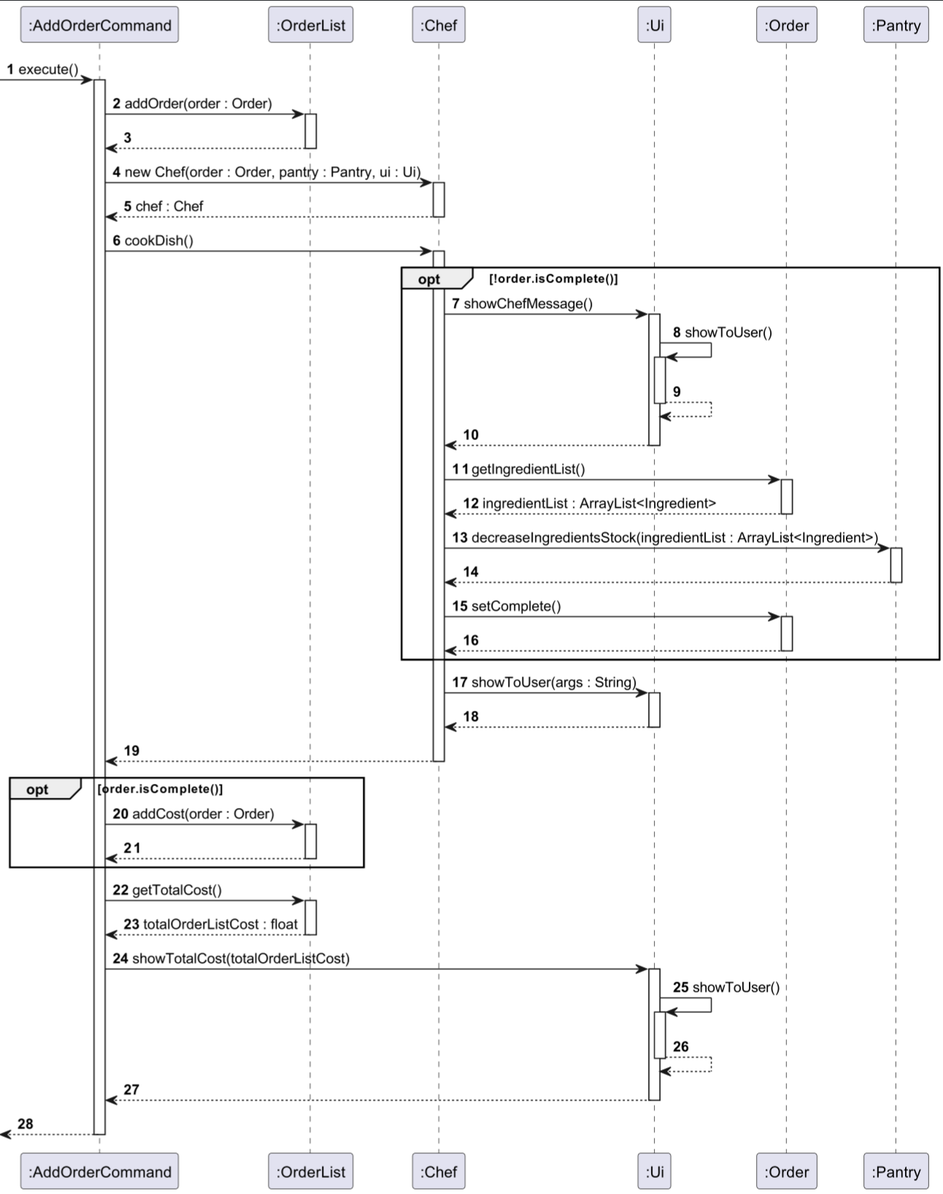
nus-cs2113-AY2324S1/tp keeps this PlantUML diagram as docs/images/sequence/AddOrderCommand_execute.png. Above is the earlier version. Its source is kept beside it as docs/diagrams/sequence/AddOrderCommand_execute.puml.
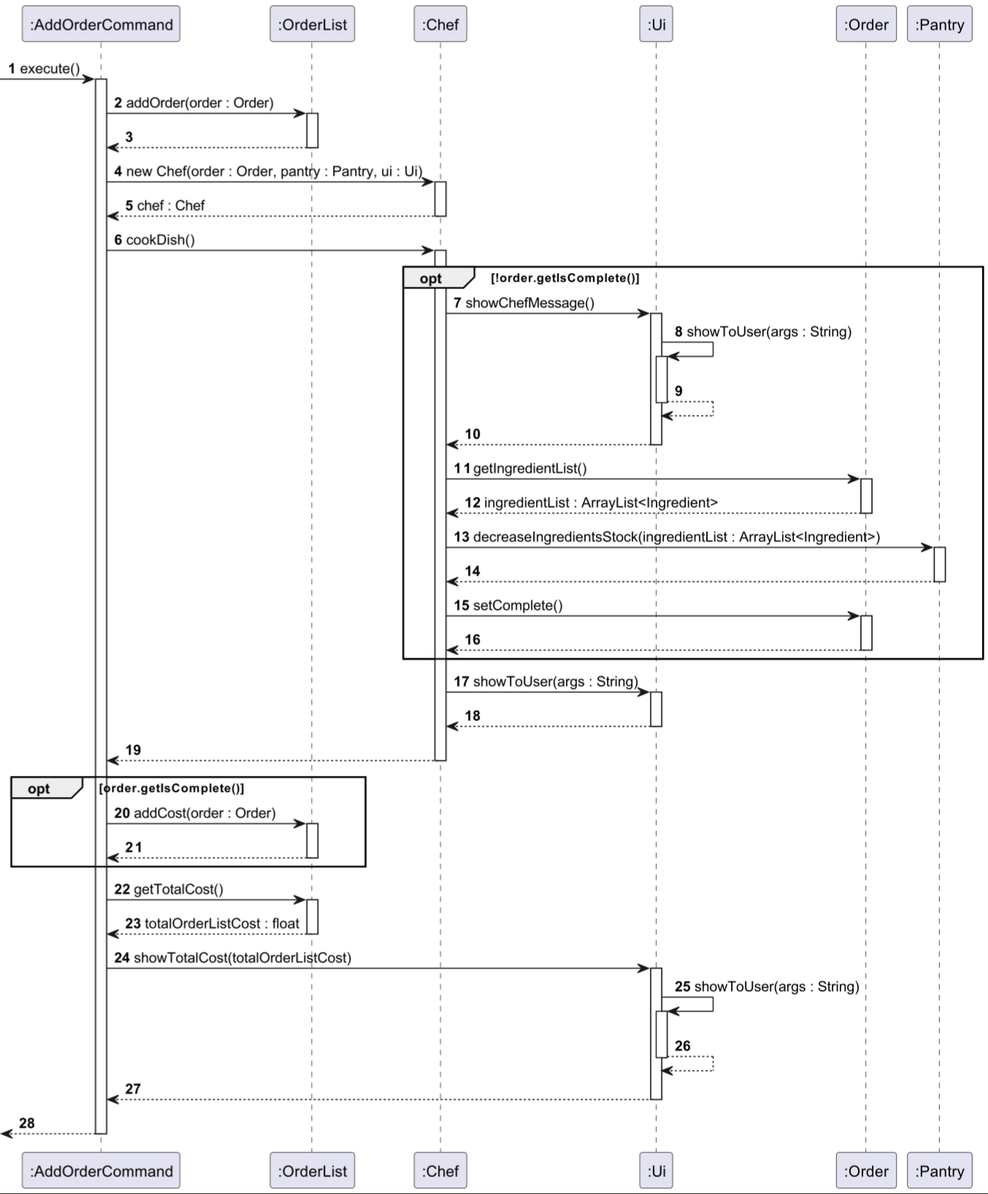
After the change.

Diff of the diagram source:
```diff
@@ -12,7 +12,7 @@
         return chef : Chef
     ":AddOrderCommand" -> ":Chef" : cookDish()
         activate ":Chef"
-        opt !order.isComplete()
+        opt !order.getIsComplete()
             ":Chef" -> ":Ui" : showChefMessage()
                 activate ":Ui"
                 ":Ui" -> ":Ui" : showToUser(args : String)
@@ -33,7 +33,7 @@
             activate ":Ui"
             return
         return
-    opt order.isComplete()
+    opt order.getIsComplete()
         ":AddOrderCommand" -> ":OrderList" : addCost(order : Order)
         activate ":OrderList"
         return
```
